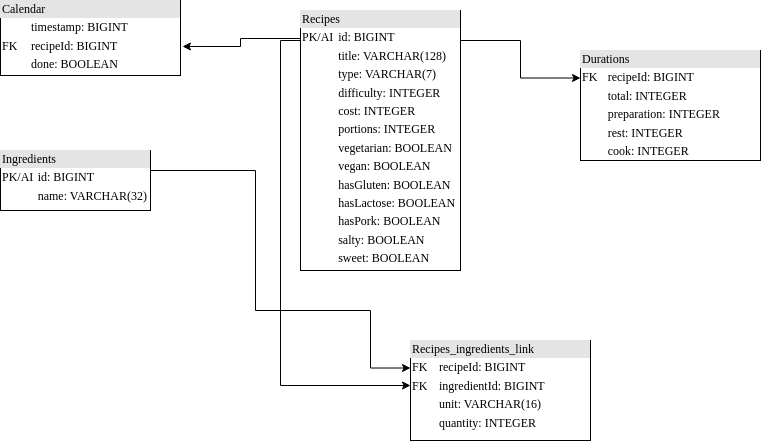
Before: server/database.png, a diagram exported from draw.io (Vjonquiere/KeskonMange). Source tidied: cells renumbered, new cells last; positions are measured from the earlier drawing's top-left corner, leaving out a move shared by most shapes.
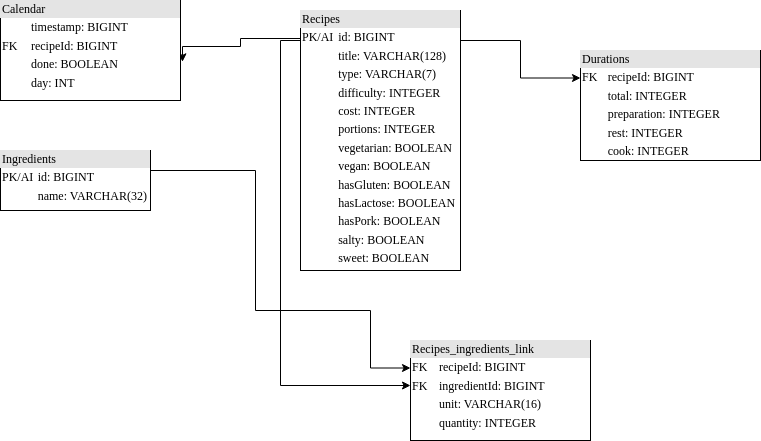
The same diagram one commit later.

The edit, as a diff of the source:
```diff
@@ -50,8 +50,8 @@
     <mxCell id="8" value="&lt;div style=&quot;box-sizing: border-box ; width: 100% ; background: #e4e4e4 ; padding: 2px&quot;&gt;Recipes_ingredients_link&lt;/div&gt;&lt;table style=&quot;width: 100% ; font-size: 1em&quot; cellpadding=&quot;2&quot; cellspacing=&quot;0&quot;&gt;&lt;tbody&gt;&lt;tr&gt;&lt;td&gt;FK&lt;/td&gt;&lt;td&gt;recipeId: BIGINT&lt;/td&gt;&lt;/tr&gt;&lt;tr&gt;&lt;td&gt;FK&lt;/td&gt;&lt;td&gt;ingredientId: BIGINT&lt;/td&gt;&lt;/tr&gt;&lt;tr&gt;&lt;td&gt;&lt;br&gt;&lt;/td&gt;&lt;td&gt;unit: VARCHAR(16)&lt;/td&gt;&lt;/tr&gt;&lt;tr&gt;&lt;td&gt;&lt;br&gt;&lt;/td&gt;&lt;td&gt;quantity: INTEGER&lt;/td&gt;&lt;/tr&gt;&lt;/tbody&gt;&lt;/table&gt;" style="verticalAlign=top;align=left;overflow=fill;html=1;rounded=0;shadow=0;comic=0;labelBackgroundColor=none;strokeWidth=1;fontFamily=Verdana;fontSize=12;" parent="1" vertex="1">
       <mxGeometry x="410" y="340" width="180" height="100" as="geometry" />
     </mxCell>
-    <mxCell id="9" value="&lt;div style=&quot;box-sizing: border-box ; width: 100% ; background: #e4e4e4 ; padding: 2px&quot;&gt;Calendar&lt;/div&gt;&lt;table style=&quot;width: 100% ; font-size: 1em&quot; cellpadding=&quot;2&quot; cellspacing=&quot;0&quot;&gt;&lt;tbody&gt;&lt;tr&gt;&lt;td&gt;&lt;br&gt;&lt;/td&gt;&lt;td&gt;timestamp: BIGINT&lt;/td&gt;&lt;/tr&gt;&lt;tr&gt;&lt;td&gt;FK&lt;/td&gt;&lt;td&gt;recipeId: BIGINT&lt;/td&gt;&lt;/tr&gt;&lt;tr&gt;&lt;td&gt;&lt;/td&gt;&lt;td&gt;done: BOOLEAN&lt;/td&gt;&lt;/tr&gt;&lt;/tbody&gt;&lt;/table&gt;" style="verticalAlign=top;align=left;overflow=fill;html=1;rounded=0;shadow=0;comic=0;labelBackgroundColor=none;strokeWidth=1;fontFamily=Verdana;fontSize=12;" parent="1" vertex="1">
-      <mxGeometry width="180" height="75" as="geometry" />
+    <mxCell id="9" value="&lt;div style=&quot;box-sizing: border-box ; width: 100% ; background: #e4e4e4 ; padding: 2px&quot;&gt;Calendar&lt;/div&gt;&lt;table style=&quot;width: 100% ; font-size: 1em&quot; cellpadding=&quot;2&quot; cellspacing=&quot;0&quot;&gt;&lt;tbody&gt;&lt;tr&gt;&lt;td&gt;&lt;br&gt;&lt;/td&gt;&lt;td&gt;timestamp: BIGINT&lt;/td&gt;&lt;/tr&gt;&lt;tr&gt;&lt;td&gt;FK&lt;/td&gt;&lt;td&gt;recipeId: BIGINT&lt;/td&gt;&lt;/tr&gt;&lt;tr&gt;&lt;td&gt;&lt;/td&gt;&lt;td&gt;done: BOOLEAN&lt;/td&gt;&lt;/tr&gt;&lt;tr&gt;&lt;td&gt;&lt;br&gt;&lt;/td&gt;&lt;td&gt;day: INT&lt;/td&gt;&lt;/tr&gt;&lt;/tbody&gt;&lt;/table&gt;" style="verticalAlign=top;align=left;overflow=fill;html=1;rounded=0;shadow=0;comic=0;labelBackgroundColor=none;strokeWidth=1;fontFamily=Verdana;fontSize=12;" parent="1" vertex="1">
+      <mxGeometry width="180" height="100" as="geometry" />
     </mxCell>
     <mxCell id="10" value="&lt;div style=&quot;box-sizing:border-box;width:100%;background:#e4e4e4;padding:2px;&quot;&gt;Durations&lt;/div&gt;&lt;table style=&quot;width:100%;font-size:1em;&quot; cellpadding=&quot;2&quot; cellspacing=&quot;0&quot;&gt;&lt;tbody&gt;&lt;tr&gt;&lt;td&gt;FK&lt;/td&gt;&lt;td&gt;recipeId: BIGINT&lt;/td&gt;&lt;/tr&gt;&lt;tr&gt;&lt;td&gt;&lt;br&gt;&lt;/td&gt;&lt;td&gt;total: INTEGER&lt;/td&gt;&lt;/tr&gt;&lt;tr&gt;&lt;td&gt;&lt;/td&gt;&lt;td&gt;preparation: INTEGER&lt;br&gt;&lt;/td&gt;&lt;/tr&gt;&lt;tr&gt;&lt;td&gt;&lt;br&gt;&lt;/td&gt;&lt;td&gt;rest: INTEGER&lt;/td&gt;&lt;/tr&gt;&lt;tr&gt;&lt;td&gt;&lt;br&gt;&lt;/td&gt;&lt;td&gt;cook: INTEGER&lt;/td&gt;&lt;/tr&gt;&lt;/tbody&gt;&lt;/table&gt;" style="verticalAlign=top;align=left;overflow=fill;html=1;rounded=0;shadow=0;comic=0;labelBackgroundColor=none;strokeWidth=1;fontFamily=Verdana;fontSize=12;" parent="1" vertex="1">
       <mxGeometry x="580" y="50" width="180" height="110" as="geometry" />
```
